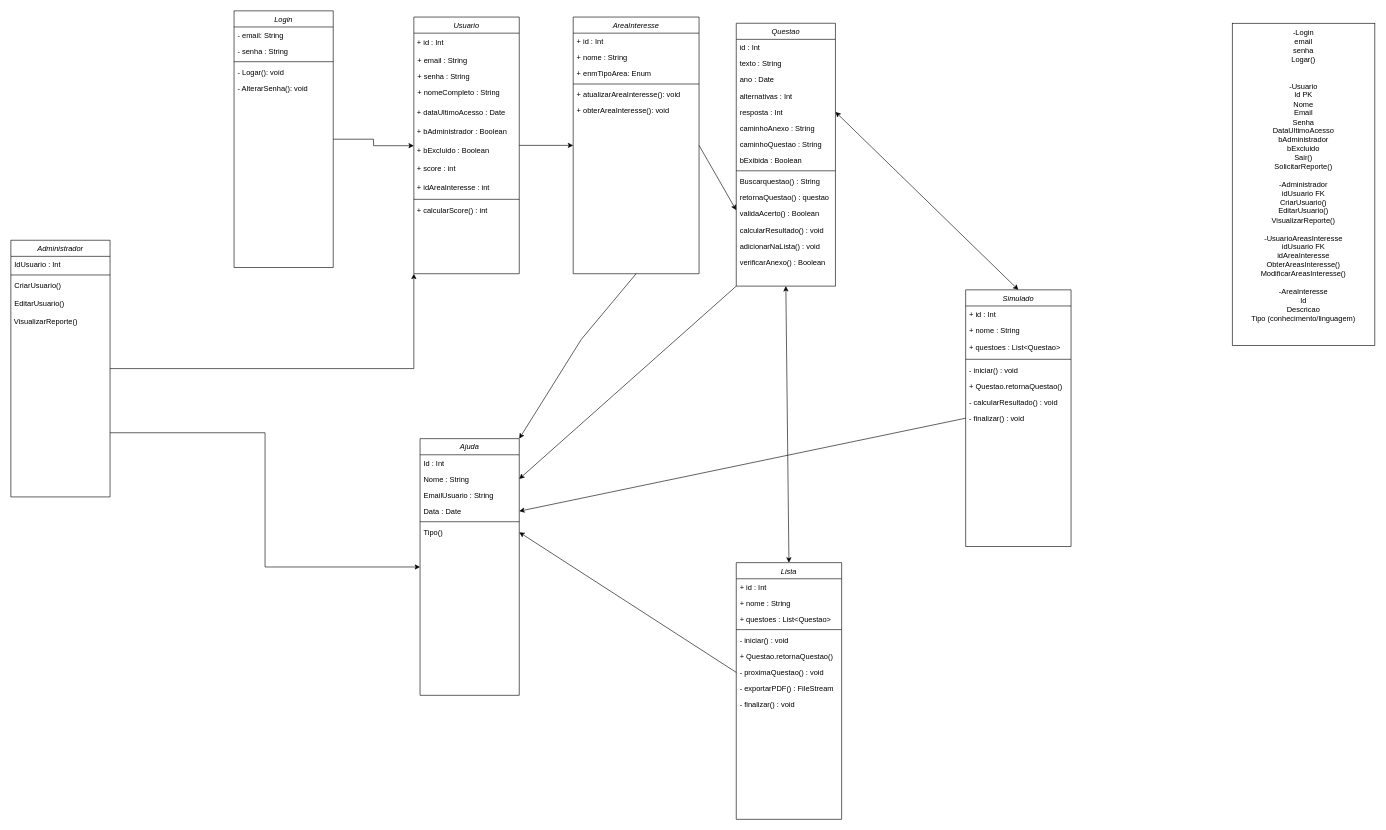
Before: QENEM UML Diagram.drawio in augustorazani/QENEM-UML-Diagram, a draw.io diagram. Source tidied: cells renumbered, new cells numbered last; positions are measured from the earlier drawing's top-left corner, leaving out a move shared by most shapes. Both pictures are drawn from the tidied source at 62%, with x=0, y=0 at pixel (11, 11).
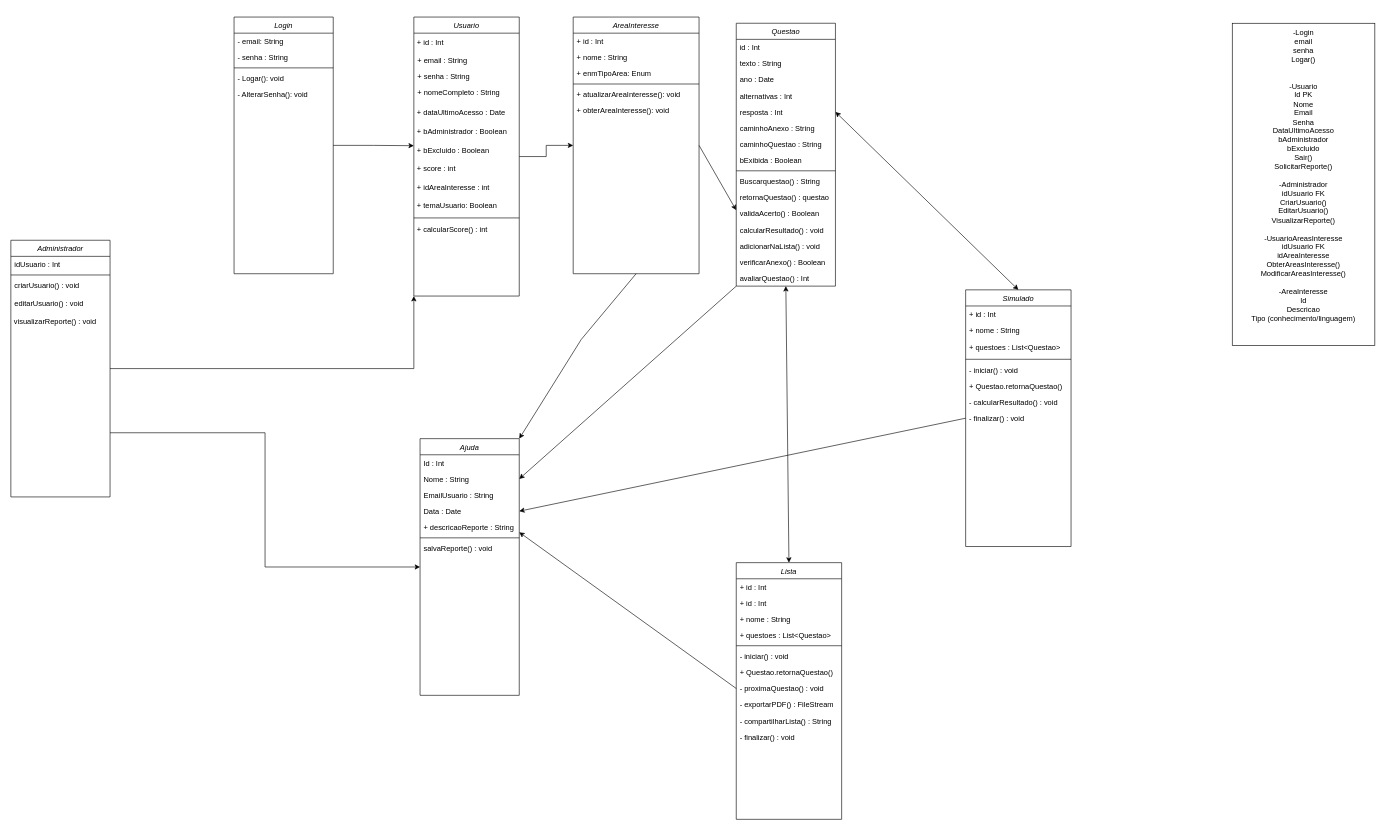
After the change.

Unchanged cells that the change refers to:
```xml
<mxCell id="25" value="Administrador" style="swimlane;fontStyle=2;align=center;verticalAlign=top;horizontal=1;startSize=26;rounded=0;shadow=0;strokeWidth=1;" parent="1" vertex="1">
  <mxGeometry y="370" width="160" height="414" as="geometry" />
</mxCell>
<mxCell id="31" value="Lista" style="swimlane;fontStyle=2;align=center;verticalAlign=top;horizontal=1;startSize=26;rounded=0;shadow=0;strokeWidth=1;" parent="1" vertex="1">
  <mxGeometry x="1170" y="890" width="170" height="414" as="geometry" />
</mxCell>
<mxCell id="50" value="Questao" style="swimlane;fontStyle=2;align=center;verticalAlign=top;horizontal=1;startSize=26;rounded=0;shadow=0;strokeWidth=1;" parent="1" vertex="1">
  <mxGeometry x="1170" y="20" width="160" height="424" as="geometry" />
</mxCell>
<mxCell id="73" value="Ajuda" style="swimlane;fontStyle=2;align=center;verticalAlign=top;horizontal=1;startSize=26;rounded=0;shadow=0;strokeWidth=1;" parent="1" vertex="1">
  <mxGeometry x="660" y="690" width="160" height="414" as="geometry" />
</mxCell>
```

The edit, as a diff of the source:
```diff
@@
     <mxCell id="3" value="Usuario" style="swimlane;fontStyle=2;align=center;verticalAlign=top;horizontal=1;startSize=26;rounded=0;shadow=0;strokeWidth=1;" parent="1" vertex="1">
-      <mxGeometry x="650" y="10" width="170" height="414" as="geometry" />
+      <mxGeometry x="650" y="10" width="170" height="450" as="geometry" />
     </mxCell>
@@
+    <mxCell id="87" value="&amp;nbsp;+ temaUsuario: Boolean" style="text;html=1;align=left;verticalAlign=middle;whiteSpace=wrap;rounded=0;" parent="3" vertex="1">
+      <mxGeometry y="290" width="170" height="30" as="geometry" />
+    </mxCell>
     <mxCell id="13" style="line;html=1;strokeWidth=1;align=left;verticalAlign=middle;spacingTop=-1;spacingLeft=3;spacingRight=3;labelPosition=right;" parent="3" vertex="1">
-      <mxGeometry y="290" width="170" height="8" as="geometry" />
+      <mxGeometry y="320" width="170" height="8" as="geometry" />
     </mxCell>
     <mxCell id="14" value="&amp;nbsp;+ calcularScore() : int" style="text;strokeColor=none;align=left;fillColor=none;html=1;verticalAlign=middle;whiteSpace=wrap;rounded=0;" parent="3" vertex="1">
-      <mxGeometry y="298" width="170" height="30" as="geometry" />
+      <mxGeometry y="328" width="170" height="30" as="geometry" />
     </mxCell>
@@
     <mxCell id="16" value="Login" style="swimlane;fontStyle=2;align=center;verticalAlign=top;horizontal=1;startSize=26;rounded=0;shadow=0;strokeWidth=1;" parent="1" vertex="1">
-      <mxGeometry x="360" width="160" height="414" as="geometry" />
+      <mxGeometry x="360" y="10" width="160" height="414" as="geometry" />
     </mxCell>
@@
-    <mxCell id="26" value="IdUsuario : Int" style="text;align=left;verticalAlign=top;spacingLeft=4;spacingRight=4;overflow=hidden;" parent="25" vertex="1">
+    <mxCell id="26" value="idUsuario : Int" style="text;align=left;verticalAlign=top;spacingLeft=4;spacingRight=4;overflow=hidden;" parent="25" vertex="1">
       <mxGeometry y="26" width="160" height="26" as="geometry" />
     </mxCell>
@@
-    <mxCell id="28" value="CriarUsuario()&#10;" style="text;align=left;verticalAlign=top;spacingLeft=4;spacingRight=4;overflow=hidden;" parent="25" vertex="1">
+    <mxCell id="28" value="criarUsuario() : void" style="text;align=left;verticalAlign=top;spacingLeft=4;spacingRight=4;overflow=hidden;" parent="25" vertex="1">
       <mxGeometry y="60" width="160" height="28" as="geometry" />
     </mxCell>
-    <mxCell id="29" value="EditarUsuario()" style="text;align=left;verticalAlign=top;spacingLeft=4;spacingRight=4;overflow=hidden;" parent="25" vertex="1">
+    <mxCell id="29" value="editarUsuario() : void" style="text;align=left;verticalAlign=top;spacingLeft=4;spacingRight=4;overflow=hidden;" parent="25" vertex="1">
       <mxGeometry y="88" width="160" height="28" as="geometry" />
     </mxCell>
-    <mxCell id="30" value="&lt;span style=&quot;text-wrap-mode: nowrap;&quot;&gt;&amp;nbsp;VisualizarReporte()&lt;/span&gt;" style="text;html=1;align=left;verticalAlign=middle;whiteSpace=wrap;rounded=0;" parent="25" vertex="1">
+    <mxCell id="30" value="&lt;span style=&quot;text-wrap-mode: nowrap;&quot;&gt;&amp;nbsp;visualizarReporte() : void&lt;/span&gt;" style="text;html=1;align=left;verticalAlign=middle;whiteSpace=wrap;rounded=0;" parent="25" vertex="1">
       <mxGeometry y="116" width="160" height="30" as="geometry" />
     </mxCell>
@@
+    <mxCell id="88" value="+ id : Int" style="text;align=left;verticalAlign=top;spacingLeft=4;spacingRight=4;overflow=hidden;" parent="31" vertex="1">
+      <mxGeometry y="26" width="170" height="26" as="geometry" />
+    </mxCell>
     <mxCell id="32" value="+ id : Int" style="text;align=left;verticalAlign=top;spacingLeft=4;spacingRight=4;overflow=hidden;" parent="31" vertex="1">
-      <mxGeometry y="26" width="170" height="26" as="geometry" />
+      <mxGeometry y="52" width="170" height="26" as="geometry" />
     </mxCell>
     <mxCell id="33" value="+ nome : String" style="text;align=left;verticalAlign=top;spacingLeft=4;spacingRight=4;overflow=hidden;rounded=0;shadow=0;html=0;" parent="31" vertex="1">
-      <mxGeometry y="52" width="170" height="26" as="geometry" />
+      <mxGeometry y="78" width="170" height="26" as="geometry" />
     </mxCell>
     <mxCell id="34" value="+ questoes : List&lt;Questao&gt;" style="text;align=left;verticalAlign=top;spacingLeft=4;spacingRight=4;overflow=hidden;rounded=0;shadow=0;html=0;" parent="31" vertex="1">
-      <mxGeometry y="78" width="170" height="26" as="geometry" />
+      <mxGeometry y="104" width="170" height="26" as="geometry" />
     </mxCell>
     <mxCell id="35" style="line;html=1;strokeWidth=1;align=left;verticalAlign=middle;spacingTop=-1;spacingLeft=3;spacingRight=3;labelPosition=right;" parent="31" vertex="1">
-      <mxGeometry y="104" width="170" height="8" as="geometry" />
+      <mxGeometry y="130" width="170" height="8" as="geometry" />
     </mxCell>
     <mxCell id="36" value="- iniciar() : void" style="text;align=left;verticalAlign=top;spacingLeft=4;spacingRight=4;overflow=hidden;" parent="31" vertex="1">
-      <mxGeometry y="112" width="170" height="26" as="geometry" />
+      <mxGeometry y="138" width="170" height="26" as="geometry" />
     </mxCell>
     <mxCell id="37" value="+ Questao.retornaQuestao()" style="text;align=left;verticalAlign=top;spacingLeft=4;spacingRight=4;overflow=hidden;" parent="31" vertex="1">
-      <mxGeometry y="138" width="170" height="26" as="geometry" />
+      <mxGeometry y="164" width="170" height="26" as="geometry" />
     </mxCell>
     <mxCell id="38" value="- proximaQuestao() : void" style="text;align=left;verticalAlign=top;spacingLeft=4;spacingRight=4;overflow=hidden;points=[[0,0.5],[1,0.5]];portConstraint=eastwest;" parent="31" vertex="1">
-      <mxGeometry y="164" width="170" height="26" as="geometry" />
+      <mxGeometry y="190" width="170" height="26" as="geometry" />
     </mxCell>
     <mxCell id="39" value="- exportarPDF() : FileStream" style="text;align=left;verticalAlign=top;spacingLeft=4;spacingRight=4;overflow=hidden;" parent="31" vertex="1">
-      <mxGeometry y="190" width="170" height="26" as="geometry" />
+      <mxGeometry y="216" width="170" height="26" as="geometry" />
     </mxCell>
+    <mxCell id="89" value="- compartilharLista() : String" style="text;align=left;verticalAlign=top;spacingLeft=4;spacingRight=4;overflow=hidden;" parent="31" vertex="1">
+      <mxGeometry y="242" width="170" height="26" as="geometry" />
+    </mxCell>
     <mxCell id="40" value="- finalizar() : void" style="text;align=left;verticalAlign=top;spacingLeft=4;spacingRight=4;overflow=hidden;" parent="31" vertex="1">
-      <mxGeometry y="216" width="170" height="26" as="geometry" />
+      <mxGeometry y="268" width="170" height="26" as="geometry" />
     </mxCell>
@@
+    <mxCell id="90" value="avaliarQuestao() : Int" style="text;align=left;verticalAlign=top;spacingLeft=4;spacingRight=4;overflow=hidden;" parent="50" vertex="1">
+      <mxGeometry y="398" width="160" height="26" as="geometry" />
+    </mxCell>
@@
+    <mxCell id="91" value="+ descricaoReporte : String" style="text;align=left;verticalAlign=top;spacingLeft=4;spacingRight=4;overflow=hidden;rounded=0;shadow=0;html=0;" parent="73" vertex="1">
+      <mxGeometry y="130" width="160" height="26" as="geometry" />
+    </mxCell>
     <mxCell id="78" style="line;html=1;strokeWidth=1;align=left;verticalAlign=middle;spacingTop=-1;spacingLeft=3;spacingRight=3;labelPosition=right;" parent="73" vertex="1">
-      <mxGeometry y="130" width="160" height="8" as="geometry" />
+      <mxGeometry y="156" width="160" height="8" as="geometry" />
     </mxCell>
-    <mxCell id="79" value="Tipo()" style="text;align=left;verticalAlign=top;spacingLeft=4;spacingRight=4;overflow=hidden;points=[[0,0.5],[1,0.5]];portConstraint=eastwest;" parent="73" vertex="1">
-      <mxGeometry y="138" width="160" height="26" as="geometry" />
-    </mxCell>
+    <mxCell id="92" value="salvaReporte() : void" style="text;align=left;verticalAlign=top;spacingLeft=4;spacingRight=4;overflow=hidden;" parent="73" vertex="1">
+      <mxGeometry y="164" width="160" height="26" as="geometry" />
+    </mxCell>
@@
-    <mxCell id="83" style="endArrow=classic;html=1;rounded=0;entryX=1;entryY=0.5;entryDx=0;entryDy=0;exitX=0;exitY=0.5;exitDx=0;exitDy=0;" parent="1" edge="1" source="38" target="79">
-      <mxGeometry relative="1" as="geometry" />
+    <mxCell id="83" style="endArrow=classic;html=1;rounded=0;entryX=1;entryY=0.5;entryDx=0;entryDy=0;exitX=0;exitY=0.5;exitDx=0;exitDy=0;" parent="1" edge="1" source="38">
+      <mxGeometry relative="1" as="geometry">
+        <mxPoint x="820" y="841" as="targetPoint" />
+      </mxGeometry>
     </mxCell>
```
